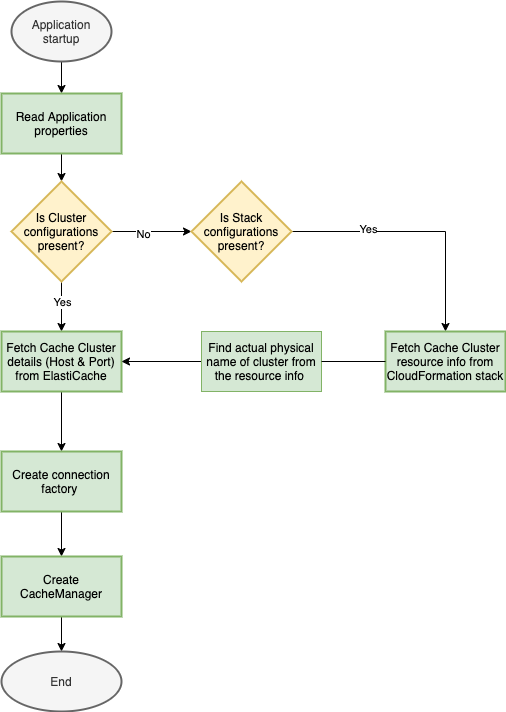
The draw.io diagram assets/img/posts/spring-elasticache-redis/spring-cloud-aws.png in reflectoring/reflectoring.github.io, before a commit. Source tidied: cells renumbered, new cells last; positions are measured from the earlier drawing's top-left corner, leaving out a move shared by most shapes.
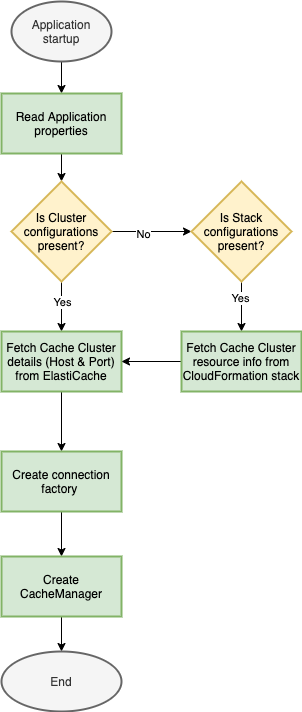
After the commit.

The edit, as a diff of the source:
```diff
@@ -48,11 +48,11 @@
     <mxCell id="15" value="Is Stack configurations present?" style="rhombus;whiteSpace=wrap;html=1;strokeWidth=2;fillColor=#fff2cc;strokeColor=#d6b656;" parent="1" vertex="1">
       <mxGeometry x="190" y="180" width="100" height="100" as="geometry" />
     </mxCell>
-    <mxCell id="16" style="edgeStyle=orthogonalEdgeStyle;rounded=0;jettySize=auto;html=1;startArrow=none;entryX=1;entryY=0.5;entryDx=0;entryDy=0;" parent="1" edge="1" source="23" target="12">
-      <mxGeometry relative="1" as="geometry" />
-    </mxCell>
+    <mxCell id="25" style="edgeStyle=orthogonalEdgeStyle;rounded=0;jettySize=auto;html=1;entryX=1;entryY=0.5;entryDx=0;entryDy=0;" parent="1" edge="1" source="17" target="12">
+      <mxGeometry relative="1" as="geometry" />
+    </mxCell>
     <mxCell id="17" value="Fetch Cache Cluster resource info from CloudFormation stack" style="whiteSpace=wrap;html=1;strokeWidth=2;fillColor=#d5e8d4;strokeColor=#82b366;" parent="1" vertex="1">
-      <mxGeometry x="384" y="330" width="120" height="60" as="geometry" />
+      <mxGeometry x="180" y="330" width="120" height="60" as="geometry" />
     </mxCell>
     <mxCell id="18" style="edgeStyle=orthogonalEdgeStyle;rounded=0;jettySize=auto;html=1;" parent="1" edge="1" source="19" target="21">
       <mxGeometry relative="1" as="geometry" />
@@ -69,11 +69,5 @@
     <mxCell id="22" value="End" style="ellipse;whiteSpace=wrap;html=1;strokeWidth=2;fillColor=#f5f5f5;strokeColor=#666666;fontColor=#333333;" parent="1" vertex="1">
       <mxGeometry y="650" width="120" height="60" as="geometry" />
     </mxCell>
-    <mxCell id="23" value="Find actual physical name of cluster from the resource info&amp;nbsp;" style="rounded=0;whiteSpace=wrap;html=1;fillColor=#d5e8d4;strokeColor=#82b366;" parent="1" vertex="1">
-      <mxGeometry x="200" y="330" width="120" height="60" as="geometry" />
-    </mxCell>
-    <mxCell id="24" style="edgeStyle=orthogonalEdgeStyle;rounded=0;jettySize=auto;html=1;entryX=1;entryY=0.5;entryDx=0;entryDy=0;endArrow=none;" parent="1" edge="1" source="17" target="23">
-      <mxGeometry relative="1" as="geometry" />
-    </mxCell>
   </root>
 </mxGraphModel>
```
